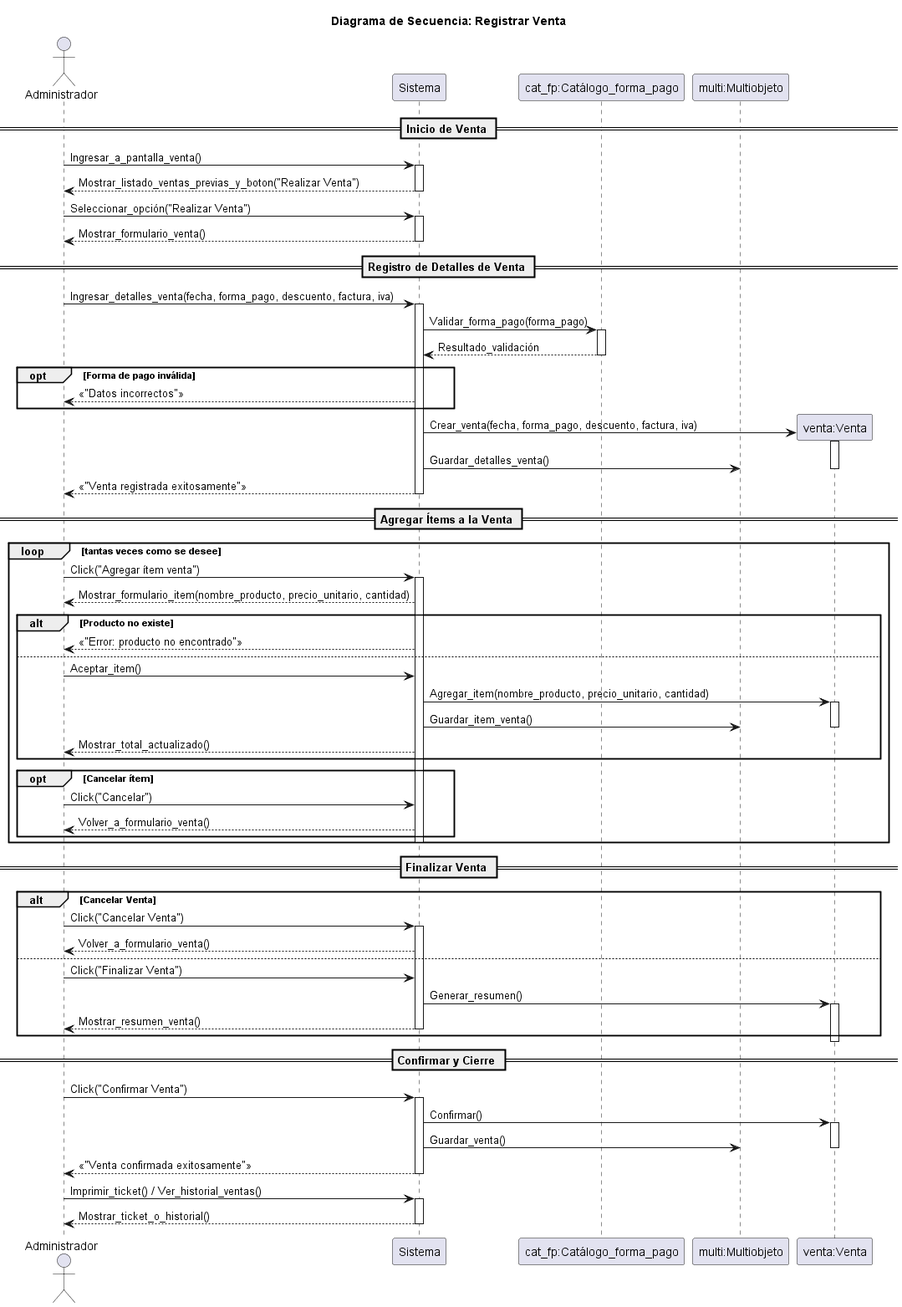
This is 08-Diagrama-secuencia/venta.png from Luci1274/PPI_Proyecto_gomeria, a PlantUML export, as it was before one commit. Its diagram source:
```plantuml
@startuml venta

title Diagrama de Secuencia: Registrar Venta

actor Administrador
participant Sistema
participant "cat_fp:Catálogo_forma_pago" as Cat_fp
participant "multi:Multiobjeto" as MULT

== Inicio de Venta ==
Administrador -> Sistema: Ingresar_a_pantalla_venta()
activate Sistema
Sistema --> Administrador: Mostrar_listado_ventas_previas_y_boton("Realizar Venta")
deactivate Sistema

Administrador -> Sistema: Seleccionar_opción("Realizar Venta")
activate Sistema
Sistema --> Administrador: Mostrar_formulario_venta()
deactivate Sistema

== Registro de Detalles de Venta ==
Administrador -> Sistema: Ingresar_detalles_venta(fecha, forma_pago, descuento, factura, iva)
activate Sistema
Sistema -> Cat_fp: Validar_forma_pago(forma_pago)
activate Cat_fp
Cat_fp --> Sistema: Resultado_validación
deactivate Cat_fp

opt Forma de pago inválida
    Sistema --> Administrador: <<"Datos incorrectos">>
end

create "venta:Venta" as V
Sistema -> V: Crear_venta(fecha, forma_pago, descuento, factura, iva)
activate V
Sistema -> MULT: Guardar_detalles_venta()
deactivate V
Sistema --> Administrador: <<"Venta registrada exitosamente">>
deactivate Sistema

== Agregar Ítems a la Venta ==
loop tantas veces como se desee
    Administrador -> Sistema: Click("Agregar ítem venta")
    activate Sistema
    Sistema --> Administrador: Mostrar_formulario_item(nombre_producto, precio_unitario, cantidad)

    alt Producto no existe
        Sistema --> Administrador: <<"Error: producto no encontrado">>
    else
        Administrador -> Sistema: Aceptar_item()
        Sistema -> V: Agregar_item(nombre_producto, precio_unitario, cantidad)
        activate V
        Sistema -> MULT: Guardar_item_venta()
        deactivate V
        Sistema --> Administrador: Mostrar_total_actualizado()
    end

    opt Cancelar ítem
        Administrador -> Sistema: Click("Cancelar")
        Sistema --> Administrador: Volver_a_formulario_venta()
    end
    deactivate Sistema
end

== Finalizar Venta ==
alt Cancelar Venta
    Administrador -> Sistema: Click("Cancelar Venta")
    activate Sistema
    Sistema --> Administrador: Volver_a_formulario_venta()
else
    Administrador -> Sistema: Click("Finalizar Venta")
    Sistema -> V: Generar_resumen()
    activate V
    Sistema --> Administrador: Mostrar_resumen_venta()
    deactivate Sistema
end
deactivate V

== Confirmar y Cierre ==
Administrador -> Sistema: Click("Confirmar Venta")
activate Sistema
Sistema -> V: Confirmar()
activate V
Sistema -> MULT: Guardar_venta()
deactivate V
Sistema --> Administrador: <<"Venta confirmada exitosamente">>
deactivate Sistema

Administrador -> Sistema: Imprimir_ticket() / Ver_historial_ventas()
activate Sistema
Sistema --> Administrador: Mostrar_ticket_o_historial()
deactivate Sistema

deactivate V
@enduml
```
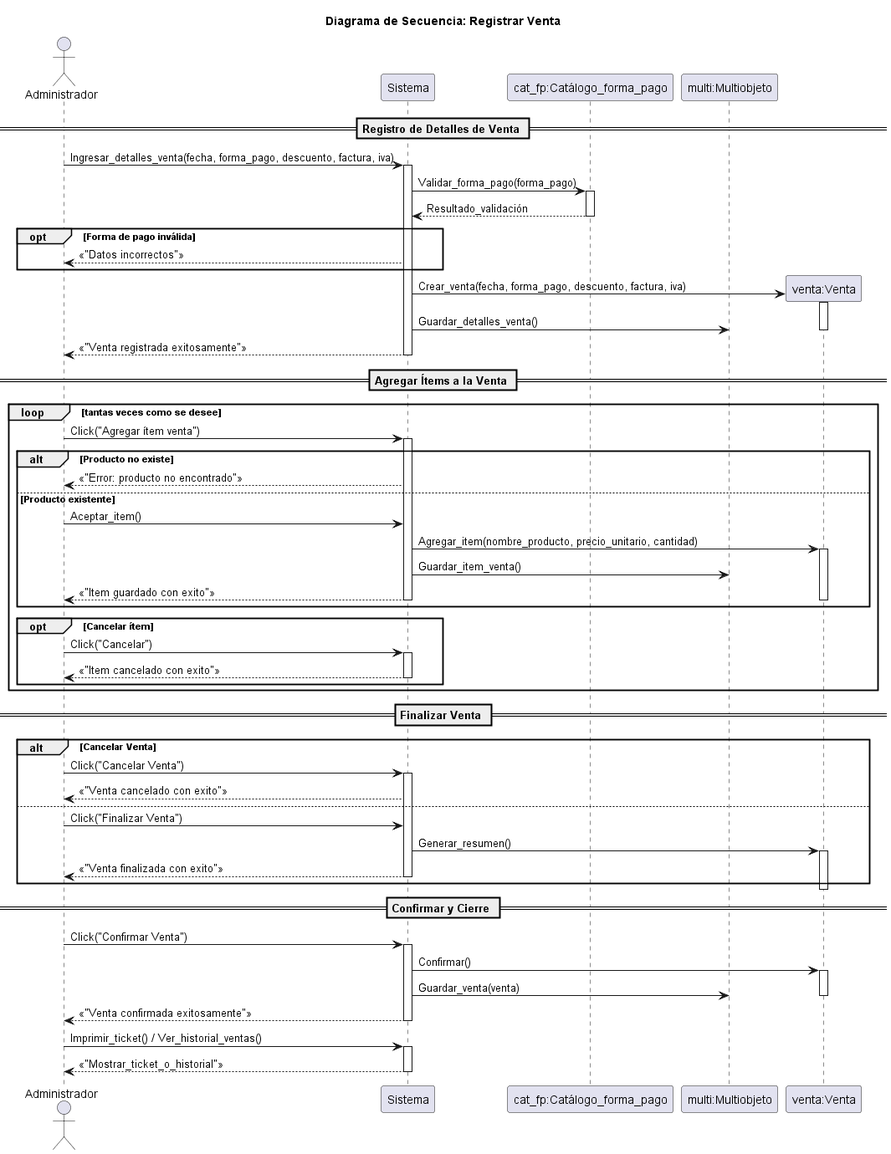
The same file after the commit.

What changed in the source:
```diff
@@ -6,17 +6,6 @@
 participant Sistema
 participant "cat_fp:Catálogo_forma_pago" as Cat_fp
 participant "multi:Multiobjeto" as MULT
-
-== Inicio de Venta ==
-Administrador -> Sistema: Ingresar_a_pantalla_venta()
-activate Sistema
-Sistema --> Administrador: Mostrar_listado_ventas_previas_y_boton("Realizar Venta")
-deactivate Sistema
-
-Administrador -> Sistema: Seleccionar_opción("Realizar Venta")
-activate Sistema
-Sistema --> Administrador: Mostrar_formulario_venta()
-deactivate Sistema
 
 == Registro de Detalles de Venta ==
 Administrador -> Sistema: Ingresar_detalles_venta(fecha, forma_pago, descuento, factura, iva)
@@ -42,36 +31,36 @@
 loop tantas veces como se desee
     Administrador -> Sistema: Click("Agregar ítem venta")
     activate Sistema
-    Sistema --> Administrador: Mostrar_formulario_item(nombre_producto, precio_unitario, cantidad)
-
     alt Producto no existe
         Sistema --> Administrador: <<"Error: producto no encontrado">>
-    else
+    else Producto existente
         Administrador -> Sistema: Aceptar_item()
         Sistema -> V: Agregar_item(nombre_producto, precio_unitario, cantidad)
         activate V
         Sistema -> MULT: Guardar_item_venta()
+        Sistema --> Administrador: <<"Item guardado con exito">>
         deactivate V
-        Sistema --> Administrador: Mostrar_total_actualizado()
+        deactivate Sistema
     end
 
     opt Cancelar ítem
         Administrador -> Sistema: Click("Cancelar")
-        Sistema --> Administrador: Volver_a_formulario_venta()
+        activate Sistema
+        Sistema --> Administrador: <<"Item cancelado con exito">>
+         deactivate Sistema
     end
-    deactivate Sistema
 end
 
 == Finalizar Venta ==
 alt Cancelar Venta
     Administrador -> Sistema: Click("Cancelar Venta")
     activate Sistema
-    Sistema --> Administrador: Volver_a_formulario_venta()
+    Sistema --> Administrador: <<"Venta cancelado con exito">>
 else
     Administrador -> Sistema: Click("Finalizar Venta")
     Sistema -> V: Generar_resumen()
     activate V
-    Sistema --> Administrador: Mostrar_resumen_venta()
+    Sistema --> Administrador: <<"Venta finalizada con exito">>
     deactivate Sistema
 end
 deactivate V
@@ -81,15 +70,15 @@
 activate Sistema
 Sistema -> V: Confirmar()
 activate V
-Sistema -> MULT: Guardar_venta()
+Sistema -> MULT: Guardar_venta(venta)
 deactivate V
 Sistema --> Administrador: <<"Venta confirmada exitosamente">>
 deactivate Sistema
 
 Administrador -> Sistema: Imprimir_ticket() / Ver_historial_ventas()
 activate Sistema
-Sistema --> Administrador: Mostrar_ticket_o_historial()
+Sistema --> Administrador: <<"Mostrar_ticket_o_historial">>
 deactivate Sistema
+deactivate V
 
-deactivate V
 @enduml
```
